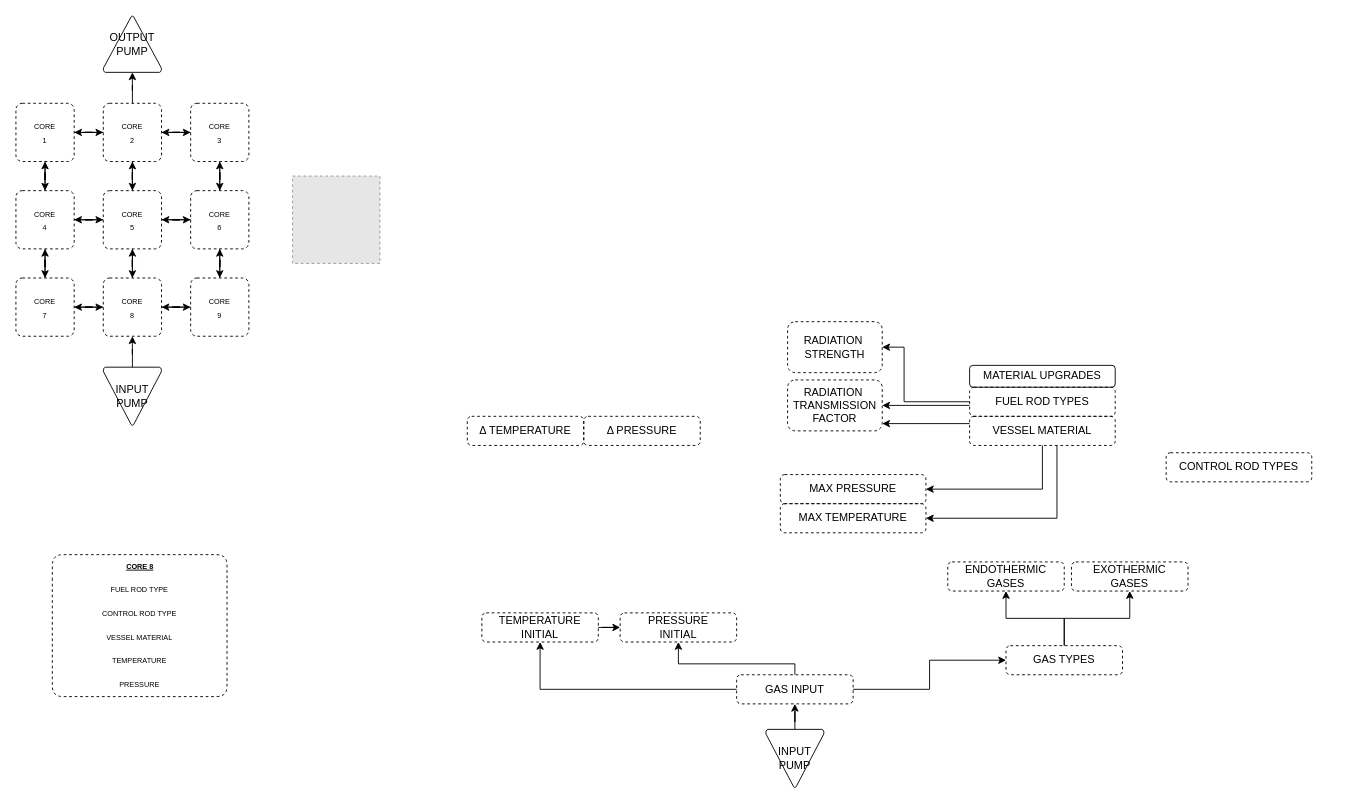
The draw.io diagram Modular_Reactor_Planning.drawio in DoctorSquishy/SS13_Modular_Reactor, before the edit. Source tidied: cells renumbered, new cells numbered last; positions are measured from the earlier drawing's top-left corner, leaving out a move shared by most shapes. Both pictures are drawn from the tidied source at 91%, with x=0, y=0 at pixel (15, 15). Pictures stored in the file or linked from it are replaced by grey dashed boxes.
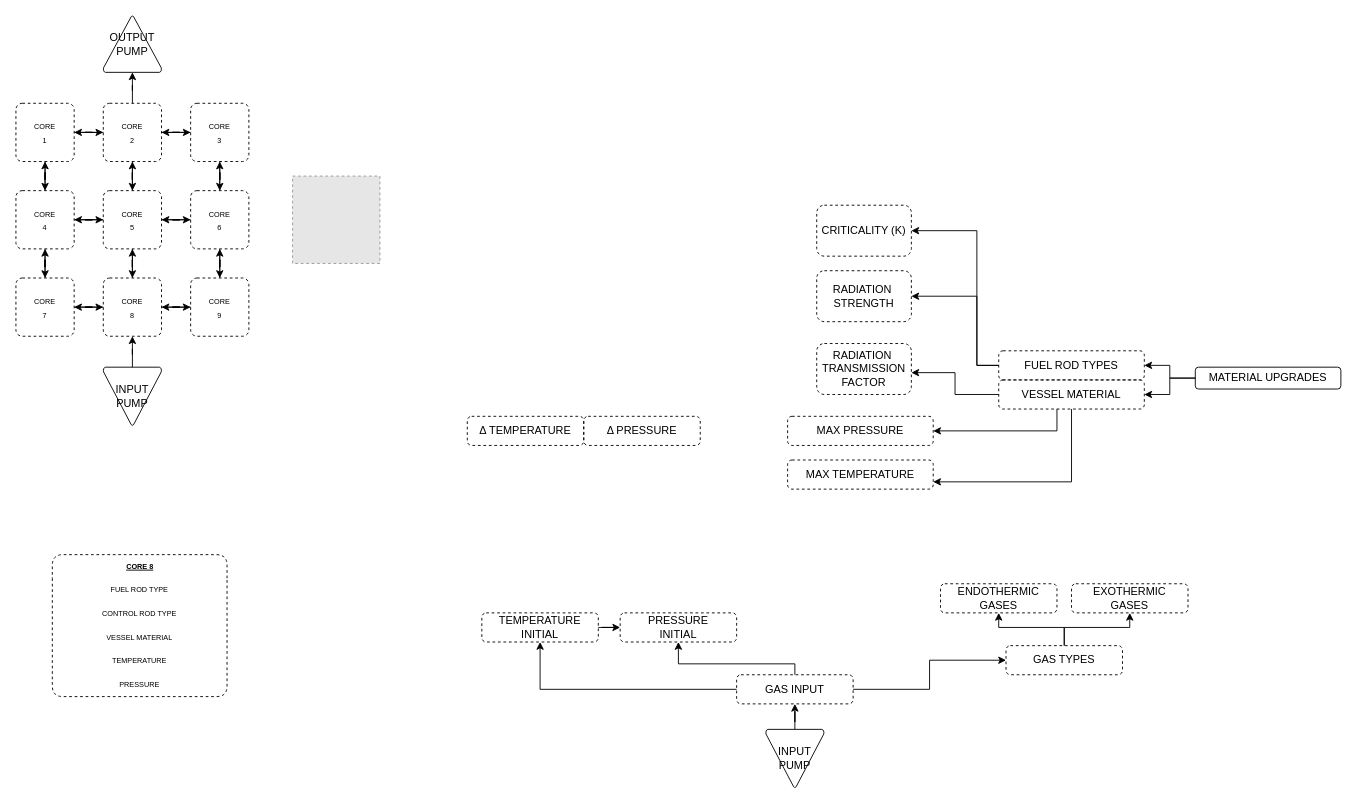
Above is the later version.

The edit, as a diff of the source:
```diff
@@
+    <mxCell id="77" style="edgeStyle=orthogonalEdgeStyle;rounded=0;jettySize=auto;html=1;" parent="1" edge="1" source="53" target="58">
+      <mxGeometry relative="1" as="geometry" />
+    </mxCell>
+    <mxCell id="78" style="edgeStyle=orthogonalEdgeStyle;rounded=0;jettySize=auto;html=1;" parent="1" edge="1" source="53" target="63">
+      <mxGeometry relative="1" as="geometry" />
+    </mxCell>
     <mxCell id="53" value="MATERIAL UPGRADES" style="rounded=1;whiteSpace=wrap;html=1;fillColor=none;" parent="1" vertex="1">
-      <mxGeometry x="1048" y="384" width="160" height="24" as="geometry" />
+      <mxGeometry x="1296" y="386" width="160" height="24" as="geometry" />
     </mxCell>
@@
-    <mxCell id="56" style="edgeStyle=orthogonalEdgeStyle;rounded=0;jettySize=auto;html=1;" parent="1" edge="1" source="58" target="64">
-      <mxGeometry relative="1" as="geometry">
-        <Array as="points">
-          <mxPoint x="1008" y="428" />
-          <mxPoint x="1008" y="428" />
-        </Array>
-      </mxGeometry>
-    </mxCell>
     <mxCell id="57" style="edgeStyle=orthogonalEdgeStyle;rounded=0;jettySize=auto;html=1;" parent="1" edge="1" source="58" target="67">
       <mxGeometry relative="1" as="geometry">
         <Array as="points">
-          <mxPoint x="976" y="424" />
-          <mxPoint x="976" y="364" />
+          <mxPoint x="1056" y="384" />
+          <mxPoint x="1056" y="308" />
         </Array>
       </mxGeometry>
     </mxCell>
+    <mxCell id="79" style="edgeStyle=orthogonalEdgeStyle;rounded=0;jettySize=auto;html=1;" parent="1" edge="1" source="58" target="80">
+      <mxGeometry relative="1" as="geometry">
+        <Array as="points">
+          <mxPoint x="1056" y="384" />
+          <mxPoint x="1056" y="236" />
+        </Array>
+      </mxGeometry>
+    </mxCell>
     <mxCell id="58" value="FUEL ROD TYPES" style="rounded=1;whiteSpace=wrap;html=1;fillColor=none;dashed=1;" parent="1" vertex="1">
-      <mxGeometry x="1048" y="408" width="160" height="32" as="geometry" />
+      <mxGeometry x="1080" y="368" width="160" height="32" as="geometry" />
     </mxCell>
-    <mxCell id="59" value="CONTROL ROD TYPES" style="rounded=1;whiteSpace=wrap;html=1;fillColor=none;dashed=1;" parent="1" vertex="1">
-      <mxGeometry x="1264" y="480" width="160" height="32" as="geometry" />
-    </mxCell>
     <mxCell id="60" style="edgeStyle=orthogonalEdgeStyle;rounded=0;jettySize=auto;html=1;" parent="1" edge="1" source="63" target="66">
       <mxGeometry relative="1" as="geometry">
         <Array as="points">
-          <mxPoint x="1128" y="520" />
+          <mxPoint x="1144" y="456" />
         </Array>
       </mxGeometry>
     </mxCell>
     <mxCell id="61" style="edgeStyle=orthogonalEdgeStyle;rounded=0;jettySize=auto;html=1;" parent="1" edge="1" source="63" target="64">
       <mxGeometry relative="1" as="geometry">
         <Array as="points">
-          <mxPoint x="976" y="448" />
-          <mxPoint x="976" y="448" />
+          <mxPoint x="1032" y="416" />
+          <mxPoint x="1032" y="392" />
         </Array>
       </mxGeometry>
     </mxCell>
     <mxCell id="62" style="edgeStyle=orthogonalEdgeStyle;rounded=0;jettySize=auto;html=1;" parent="1" edge="1" source="63" target="65">
       <mxGeometry relative="1" as="geometry">
         <Array as="points">
-          <mxPoint x="1144" y="552" />
+          <mxPoint x="1160" y="512" />
         </Array>
       </mxGeometry>
     </mxCell>
     <mxCell id="63" value="VESSEL MATERIAL" style="rounded=1;whiteSpace=wrap;html=1;fillColor=none;dashed=1;" parent="1" vertex="1">
-      <mxGeometry x="1048" y="440" width="160" height="32" as="geometry" />
+      <mxGeometry x="1080" y="400" width="160" height="32" as="geometry" />
     </mxCell>
     <mxCell id="64" value="&lt;div&gt;RADIATION&amp;nbsp;&lt;/div&gt;&lt;div&gt;TRANSMISSION&lt;/div&gt;&lt;div&gt;FACTOR&lt;br&gt;&lt;/div&gt;" style="rounded=1;whiteSpace=wrap;html=1;fillColor=none;dashed=1;" parent="1" vertex="1">
-      <mxGeometry x="848" y="400" width="104" height="56" as="geometry" />
+      <mxGeometry x="880" y="360" width="104" height="56" as="geometry" />
     </mxCell>
     <mxCell id="65" value="MAX TEMPERATURE" style="rounded=1;whiteSpace=wrap;html=1;fillColor=none;dashed=1;" parent="1" vertex="1">
-      <mxGeometry x="840" y="536" width="160" height="32" as="geometry" />
+      <mxGeometry x="848" y="488" width="160" height="32" as="geometry" />
     </mxCell>
     <mxCell id="66" value="MAX PRESSURE" style="rounded=1;whiteSpace=wrap;html=1;fillColor=none;dashed=1;" parent="1" vertex="1">
-      <mxGeometry x="840" y="504" width="160" height="32" as="geometry" />
+      <mxGeometry x="848" y="440" width="160" height="32" as="geometry" />
     </mxCell>
     <mxCell id="67" value="&lt;div&gt;RADIATION&amp;nbsp;&lt;/div&gt;STRENGTH" style="rounded=1;whiteSpace=wrap;html=1;fillColor=none;dashed=1;" parent="1" vertex="1">
-      <mxGeometry x="848" y="336" width="104" height="56" as="geometry" />
+      <mxGeometry x="880" y="280" width="104" height="56" as="geometry" />
     </mxCell>
@@
     <mxCell id="69" value="&lt;div&gt;ENDOTHERMIC&lt;/div&gt;&lt;div&gt;GASES&lt;br&gt;&lt;/div&gt;" style="rounded=1;whiteSpace=wrap;html=1;fillColor=none;dashed=1;" parent="1" vertex="1">
-      <mxGeometry x="1024" y="600" width="128" height="32" as="geometry" />
+      <mxGeometry x="1016" y="624" width="128" height="32" as="geometry" />
     </mxCell>
     <mxCell id="70" value="&lt;div&gt;EXOTHERMIC&lt;/div&gt;&lt;div&gt;GASES&lt;/div&gt;" style="rounded=1;whiteSpace=wrap;html=1;fillColor=none;dashed=1;" parent="1" vertex="1">
-      <mxGeometry x="1160" y="600" width="128" height="32" as="geometry" />
+      <mxGeometry x="1160" y="624" width="128" height="32" as="geometry" />
     </mxCell>
@@
+    <mxCell id="80" value="CRITICALITY (K)" style="rounded=1;whiteSpace=wrap;html=1;fillColor=none;dashed=1;" parent="1" vertex="1">
+      <mxGeometry x="880" y="208" width="104" height="56" as="geometry" />
+    </mxCell>
```
